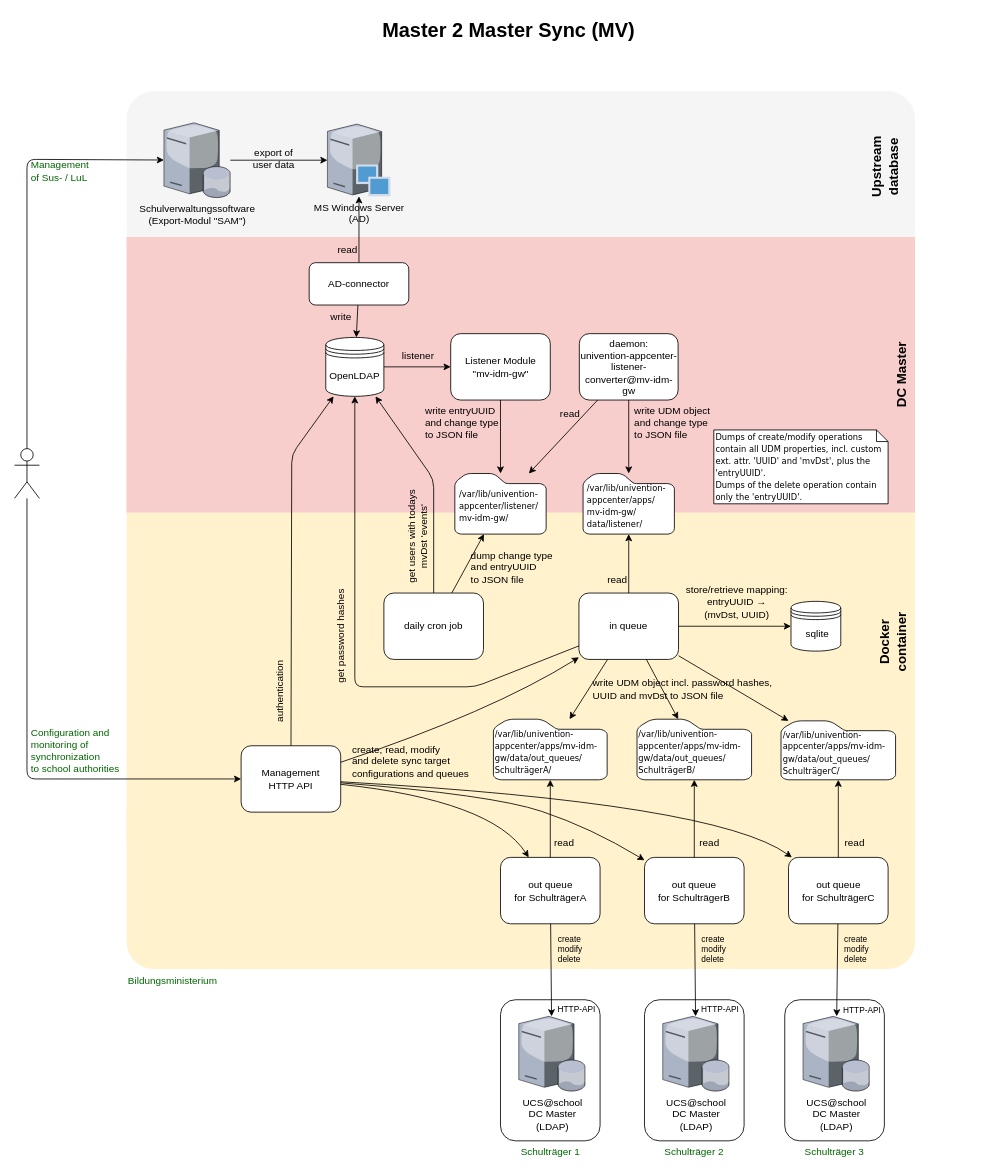
univention/ucsschool-id-connector keeps this draw.io diagram as src/static/M2M-Sync_details.drawio. Above is the earlier version. Source tidied: cells renumbered, new cells numbered last; positions are measured from the earlier drawing's top-left corner, leaving out a move shared by most shapes. Both pictures are drawn from the tidied source at 83%, with x=0, y=0 at pixel (14, 14).
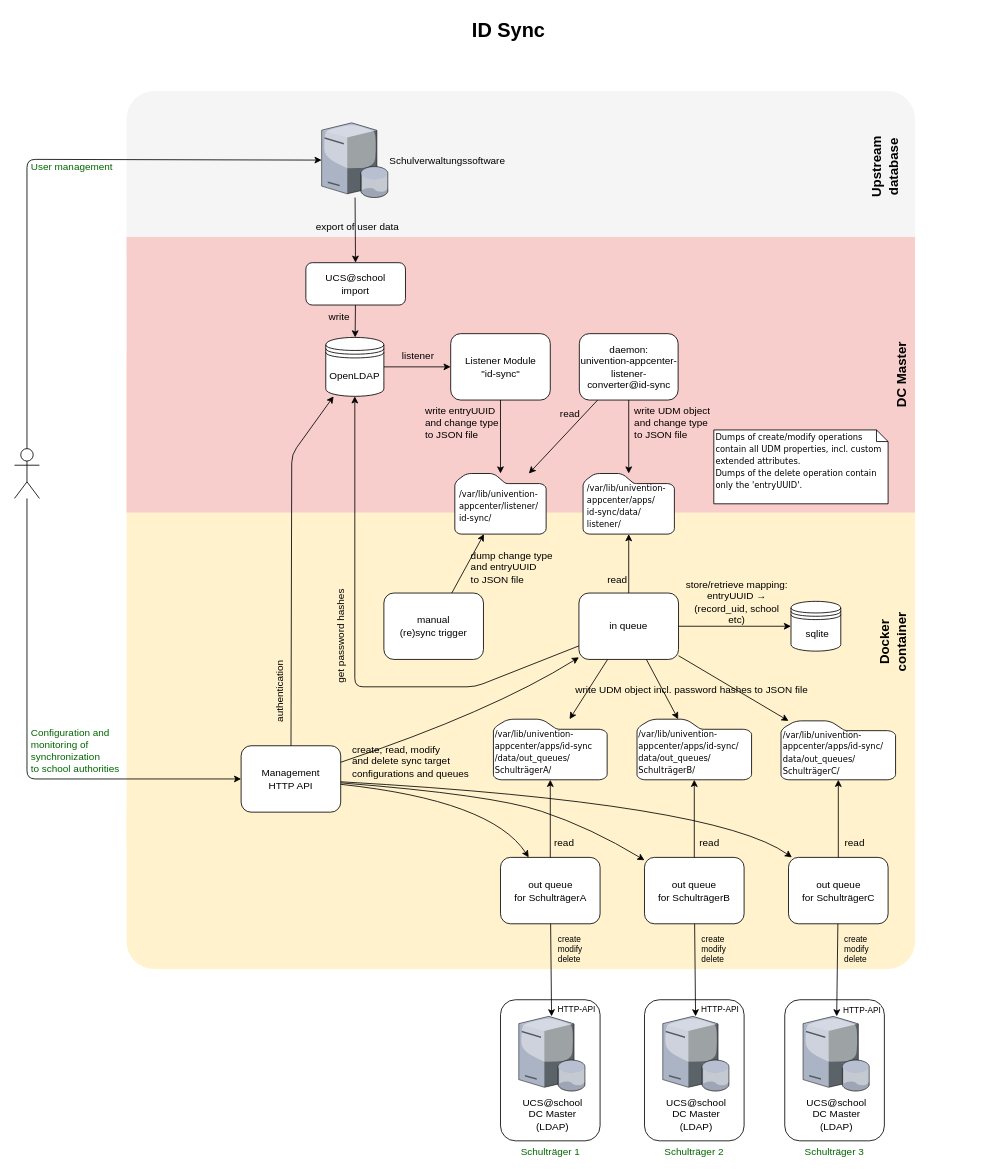
After the change.

Unchanged cells that the change refers to:
```xml
<mxCell id="9" value="OpenLDAP" style="shape=datastore;whiteSpace=wrap;html=1;labelPosition=center;verticalLabelPosition=middle;align=center;verticalAlign=middle;" parent="1" vertex="1">
  <mxGeometry x="375" y="389" width="70" height="71" as="geometry" />
</mxCell>
<mxCell id="19" style="endArrow=none;html=1;startArrow=classic;startFill=1;endFill=0;" parent="1" edge="1" source="18" target="17">
  <mxGeometry relative="1" as="geometry" />
</mxCell>
<mxCell id="59" style="endArrow=classic;html=1;fontSize=12;fontColor=#006600;" parent="1" edge="1" source="58" target="48">
  <mxGeometry relative="1" as="geometry">
    <Array as="points">
      <mxPoint x="15" y="174.5" />
    </Array>
  </mxGeometry>
</mxCell>
<mxCell id="61" style="endArrow=classic;html=1;fontSize=12;fontColor=#006600;" parent="1" edge="1" source="58" target="51">
  <mxGeometry relative="1" as="geometry">
    <Array as="points">
      <mxPoint x="15" y="921" />
    </Array>
  </mxGeometry>
</mxCell>
```

What changed in the source:
```diff
@@
-    <mxCell id="6" value="MS Windows Server&lt;br&gt;(AD)" style="verticalLabelPosition=bottom;html=1;verticalAlign=top;strokeColor=none;align=center;outlineConnect=0;shape=mxgraph.citrix.provisioning_server;labelPosition=center;" parent="1" vertex="1">
-      <mxGeometry x="377" y="132" width="76" height="87" as="geometry" />
-    </mxCell>
-    <mxCell id="7" style="endArrow=none;html=1;startArrow=classic;startFill=1;endFill=0;" parent="1" edge="1" source="6" target="13">
-      <mxGeometry relative="1" as="geometry" />
-    </mxCell>
-    <mxCell id="8" value="read" style="text;html=1;align=center;verticalAlign=middle;labelBackgroundColor=none;" parent="7" vertex="1">
-      <mxGeometry x="0.34" relative="1" as="geometry">
-        <mxPoint x="-15" y="10" as="offset" />
-      </mxGeometry>
-    </mxCell>
@@
-    <mxCell id="10" value="Listener Module&lt;br&gt;&quot;mv-idm-gw&quot;" style="shape=ext;rounded=1;html=1;whiteSpace=wrap;" parent="1" vertex="1">
+    <mxCell id="10" value="Listener Module&lt;br&gt;&quot;id-sync&quot;" style="shape=ext;rounded=1;html=1;whiteSpace=wrap;" parent="1" vertex="1">
       <mxGeometry x="525.5" y="384.5" width="120" height="80" as="geometry" />
     </mxCell>
@@
-    <mxCell id="13" value="AD-connector" style="shape=ext;rounded=1;html=1;whiteSpace=wrap;" parent="1" vertex="1">
-      <mxGeometry x="355" y="299" width="120" height="51" as="geometry" />
+    <mxCell id="13" value="UCS@school&lt;br&gt;import" style="shape=ext;rounded=1;html=1;whiteSpace=wrap;" parent="1" vertex="1">
+      <mxGeometry x="351" y="299" width="120" height="51" as="geometry" />
     </mxCell>
@@
-    <mxCell id="16" value="&lt;div&gt;daemon:&lt;/div&gt;&lt;div&gt;univention-appcenter-listener-converter@mv-idm-gw&lt;/div&gt;" style="shape=ext;rounded=1;html=1;whiteSpace=wrap;" parent="1" vertex="1">
+    <mxCell id="16" value="&lt;div&gt;daemon:&lt;/div&gt;&lt;div&gt;univention-appcenter-listener-converter@id-sync&lt;/div&gt;" style="shape=ext;rounded=1;html=1;whiteSpace=wrap;" parent="1" vertex="1">
       <mxGeometry x="680.5" y="384.5" width="119" height="80" as="geometry" />
     </mxCell>
@@
-    <mxCell id="20" value="store/retrieve&amp;nbsp;&lt;span style=&quot;text-align: left ; white-space: normal&quot;&gt;mapping:&lt;/span&gt;&lt;br&gt;&lt;span style=&quot;text-align: left ; white-space: normal&quot;&gt;entryUUID →&lt;br&gt;(mvDst, UUID)&lt;/span&gt;" style="text;html=1;align=center;verticalAlign=middle;labelBackgroundColor=none;spacingLeft=3;" parent="19" vertex="1">
+    <mxCell id="20" value="store/retrieve&amp;nbsp;&lt;span style=&quot;text-align: left ; white-space: normal&quot;&gt;mapping:&lt;/span&gt;&lt;br&gt;&lt;span style=&quot;text-align: left ; white-space: normal&quot;&gt;entryUUID →&lt;br&gt;(record_uid, school etc)&lt;/span&gt;" style="text;html=1;align=center;verticalAlign=middle;labelBackgroundColor=none;spacingLeft=3;" parent="19" vertex="1">
       <mxGeometry x="0.34" relative="1" as="geometry">
         <mxPoint x="23.5" y="-30" as="offset" />
       </mxGeometry>
     </mxCell>
-    <mxCell id="21" value="&lt;span&gt;&lt;font face=&quot;verdana&quot;&gt;&lt;span style=&quot;font-size: 10px&quot;&gt;/var/lib/univention-&lt;br&gt;appcenter/apps/mv-idm-&lt;br&gt;gw/data/out_queues/&lt;br&gt;SchulträgerA/&lt;/span&gt;&lt;/font&gt;&lt;br&gt;&lt;/span&gt;" style="shadow=0;dashed=0;html=1;strokeColor=#000000;labelPosition=center;verticalLabelPosition=middle;verticalAlign=middle;align=left;shape=mxgraph.mscae.enterprise.folder;fillColor=#ffffff;fontFamily=Helvetica;fontSize=12;fontColor=#000000;spacing=2;spacingTop=4;" parent="1" vertex="1">
+    <mxCell id="21" value="&lt;span&gt;&lt;font face=&quot;verdana&quot;&gt;&lt;span style=&quot;font-size: 10px&quot;&gt;/var/lib/univention-&lt;br&gt;appcenter/apps/&lt;/span&gt;&lt;/font&gt;&lt;/span&gt;&lt;span style=&quot;font-family: &amp;#34;verdana&amp;#34; ; font-size: 10px&quot;&gt;id-sync&lt;/span&gt;&lt;span&gt;&lt;font face=&quot;verdana&quot;&gt;&lt;span style=&quot;font-size: 10px&quot;&gt;&lt;br&gt;/data/out_queues/&lt;br&gt;SchulträgerA/&lt;/span&gt;&lt;/font&gt;&lt;br&gt;&lt;/span&gt;" style="shadow=0;dashed=0;html=1;strokeColor=#000000;labelPosition=center;verticalLabelPosition=middle;verticalAlign=middle;align=left;shape=mxgraph.mscae.enterprise.folder;fillColor=#ffffff;fontFamily=Helvetica;fontSize=12;fontColor=#000000;spacing=2;spacingTop=4;" parent="1" vertex="1">
       <mxGeometry x="577" y="849" width="137" height="73" as="geometry" />
     </mxCell>
-    <mxCell id="22" value="&lt;span style=&quot;font-family: &amp;#34;verdana&amp;#34; ; font-size: 10px&quot;&gt;/var/lib/univention-&lt;br&gt;appcenter/apps/&lt;/span&gt;&lt;span style=&quot;font-family: &amp;#34;verdana&amp;#34; ; font-size: 10px&quot;&gt;mv-idm-&lt;br&gt;gw/data/out_queues/&lt;br&gt;&lt;/span&gt;&lt;span style=&quot;font-family: &amp;#34;verdana&amp;#34; ; font-size: 10px&quot;&gt;SchulträgerB/&lt;/span&gt;&lt;span style=&quot;font-family: &amp;#34;verdana&amp;#34; ; font-size: 10px&quot;&gt;&lt;br&gt;&lt;/span&gt;" style="shadow=0;dashed=0;html=1;strokeColor=#000000;labelPosition=center;verticalLabelPosition=middle;verticalAlign=middle;align=left;shape=mxgraph.mscae.enterprise.folder;fillColor=#ffffff;fontFamily=Helvetica;fontSize=12;fontColor=#000000;spacingTop=4;" parent="1" vertex="1">
+    <mxCell id="22" value="&lt;span style=&quot;font-family: &amp;#34;verdana&amp;#34; ; font-size: 10px&quot;&gt;/var/lib/univention-&lt;br&gt;appcenter/apps/&lt;/span&gt;&lt;span style=&quot;font-family: &amp;#34;verdana&amp;#34; ; font-size: 10px&quot;&gt;id-sync/&lt;/span&gt;&lt;span style=&quot;font-family: &amp;#34;verdana&amp;#34; ; font-size: 10px&quot;&gt;&lt;br&gt;data/out_queues/&lt;br&gt;&lt;/span&gt;&lt;span style=&quot;font-family: &amp;#34;verdana&amp;#34; ; font-size: 10px&quot;&gt;SchulträgerB/&lt;/span&gt;&lt;span style=&quot;font-family: &amp;#34;verdana&amp;#34; ; font-size: 10px&quot;&gt;&lt;br&gt;&lt;/span&gt;" style="shadow=0;dashed=0;html=1;strokeColor=#000000;labelPosition=center;verticalLabelPosition=middle;verticalAlign=middle;align=left;shape=mxgraph.mscae.enterprise.folder;fillColor=#ffffff;fontFamily=Helvetica;fontSize=12;fontColor=#000000;spacingTop=4;" parent="1" vertex="1">
       <mxGeometry x="750" y="849" width="138" height="73" as="geometry" />
     </mxCell>
-    <mxCell id="23" value="&lt;span style=&quot;font-family: &amp;#34;verdana&amp;#34; ; font-size: 10px&quot;&gt;/var/lib/univention-&lt;br&gt;appcenter/apps/&lt;/span&gt;&lt;span style=&quot;font-family: &amp;#34;verdana&amp;#34; ; font-size: 10px&quot;&gt;mv-idm-&lt;br&gt;gw/data/out_queues/&lt;br&gt;&lt;/span&gt;&lt;span style=&quot;font-family: &amp;#34;verdana&amp;#34; ; font-size: 10px&quot;&gt;SchulträgerC/&lt;/span&gt;&lt;span style=&quot;font-family: &amp;#34;verdana&amp;#34; ; font-size: 10px&quot;&gt;&lt;br&gt;&lt;/span&gt;" style="shadow=0;dashed=0;html=1;strokeColor=#000000;labelPosition=center;verticalLabelPosition=middle;verticalAlign=middle;align=left;shape=mxgraph.mscae.enterprise.folder;fillColor=#ffffff;fontFamily=Helvetica;fontSize=12;fontColor=#000000;spacingTop=4;" parent="1" vertex="1">
+    <mxCell id="23" value="&lt;span style=&quot;font-family: &amp;#34;verdana&amp;#34; ; font-size: 10px&quot;&gt;/var/lib/univention-&lt;br&gt;appcenter/apps/&lt;/span&gt;&lt;span style=&quot;font-family: &amp;#34;verdana&amp;#34; ; font-size: 10px&quot;&gt;id-sync&lt;/span&gt;&lt;span style=&quot;font-family: &amp;#34;verdana&amp;#34; ; font-size: 10px&quot;&gt;/&lt;br&gt;data/out_queues/&lt;br&gt;&lt;/span&gt;&lt;span style=&quot;font-family: &amp;#34;verdana&amp;#34; ; font-size: 10px&quot;&gt;SchulträgerC/&lt;/span&gt;&lt;span style=&quot;font-family: &amp;#34;verdana&amp;#34; ; font-size: 10px&quot;&gt;&lt;br&gt;&lt;/span&gt;" style="shadow=0;dashed=0;html=1;strokeColor=#000000;labelPosition=center;verticalLabelPosition=middle;verticalAlign=middle;align=left;shape=mxgraph.mscae.enterprise.folder;fillColor=#ffffff;fontFamily=Helvetica;fontSize=12;fontColor=#000000;spacingTop=4;" parent="1" vertex="1">
       <mxGeometry x="923.5" y="851" width="138" height="71" as="geometry" />
     </mxCell>
@@
-    <mxCell id="33" value="&lt;span style=&quot;font-size: 10px&quot;&gt;Dumps of create/modify operations contain all UDM properties, incl. custom ext. attr. 'UUID' and 'mvDst', plus the 'entryUUID'.&lt;br&gt;Dumps of the delete operation contain only the&amp;nbsp;&lt;/span&gt;&lt;span style=&quot;font-size: 10px&quot;&gt;'entryUUID'.&lt;/span&gt;&lt;span style=&quot;font-size: 10px&quot;&gt;&lt;br&gt;&lt;/span&gt;" style="shape=note;whiteSpace=wrap;html=1;size=14;verticalAlign=top;align=left;spacingTop=-6;rounded=0;shadow=0;comic=0;labelBackgroundColor=none;strokeColor=#000000;strokeWidth=1;fillColor=#FFFFFF;fontFamily=Verdana;fontSize=12;fontColor=#000000;" parent="1" vertex="1">
+    <mxCell id="33" value="&lt;span style=&quot;font-size: 10px&quot;&gt;Dumps of create/modify operations contain all UDM properties, incl. custom extended attributes.&lt;br&gt;Dumps of the delete operation contain only the&amp;nbsp;&lt;/span&gt;&lt;span style=&quot;font-size: 10px&quot;&gt;'entryUUID'.&lt;/span&gt;&lt;span style=&quot;font-size: 10px&quot;&gt;&lt;br&gt;&lt;/span&gt;" style="shape=note;whiteSpace=wrap;html=1;size=14;verticalAlign=top;align=left;spacingTop=-6;rounded=0;shadow=0;comic=0;labelBackgroundColor=none;strokeColor=#000000;strokeWidth=1;fillColor=#FFFFFF;fontFamily=Verdana;fontSize=12;fontColor=#000000;" parent="1" vertex="1">
       <mxGeometry x="842.5" y="500.5" width="210" height="89" as="geometry" />
     </mxCell>
-    <mxCell id="34" value="&lt;span style=&quot;font-family: verdana; font-size: 10px;&quot;&gt;/var/lib/univention-&lt;br&gt;appcenter/listener/&lt;br&gt;mv-idm-gw/&lt;br&gt;&lt;/span&gt;" style="shadow=0;dashed=0;html=1;strokeColor=#000000;labelPosition=center;verticalLabelPosition=middle;verticalAlign=middle;align=left;shape=mxgraph.mscae.enterprise.folder;fillColor=#ffffff;fontFamily=Helvetica;fontSize=12;fontColor=#000000;spacingLeft=3;spacingTop=4;" parent="1" vertex="1">
+    <mxCell id="34" value="&lt;span style=&quot;font-family: &amp;#34;verdana&amp;#34; ; font-size: 10px&quot;&gt;/var/lib/univention-&lt;br&gt;appcenter/listener/&lt;br&gt;id-sync/&lt;br&gt;&lt;/span&gt;" style="shadow=0;dashed=0;html=1;strokeColor=#000000;labelPosition=center;verticalLabelPosition=middle;verticalAlign=middle;align=left;shape=mxgraph.mscae.enterprise.folder;fillColor=#ffffff;fontFamily=Helvetica;fontSize=12;fontColor=#000000;spacingLeft=3;spacingTop=4;" parent="1" vertex="1">
       <mxGeometry x="530.5" y="553" width="110" height="73" as="geometry" />
     </mxCell>
-    <mxCell id="35" value="&lt;span style=&quot;&quot;&gt;&lt;font face=&quot;verdana&quot;&gt;&lt;span style=&quot;font-size: 10px&quot;&gt;/var/lib/univention-&lt;br&gt;appcenter/apps/&lt;br&gt;mv-idm-gw/&lt;br&gt;data/listener/&lt;/span&gt;&lt;/font&gt;&lt;br&gt;&lt;/span&gt;" style="shadow=0;dashed=0;html=1;strokeColor=#000000;labelPosition=center;verticalLabelPosition=middle;verticalAlign=middle;align=left;shape=mxgraph.mscae.enterprise.folder;fillColor=#ffffff;fontFamily=Helvetica;fontSize=12;fontColor=#000000;spacingLeft=3;spacingTop=4;" parent="1" vertex="1">
+    <mxCell id="35" value="&lt;span&gt;&lt;font face=&quot;verdana&quot;&gt;&lt;span style=&quot;font-size: 10px&quot;&gt;/var/lib/univention-&lt;br&gt;appcenter/apps/&lt;br&gt;&lt;/span&gt;&lt;/font&gt;&lt;/span&gt;&lt;span style=&quot;font-family: &amp;#34;verdana&amp;#34; ; font-size: 10px&quot;&gt;id-sync&lt;/span&gt;&lt;span&gt;&lt;font face=&quot;verdana&quot;&gt;&lt;span style=&quot;font-size: 10px&quot;&gt;/data/&lt;br&gt;listener/&lt;/span&gt;&lt;/font&gt;&lt;br&gt;&lt;/span&gt;" style="shadow=0;dashed=0;html=1;strokeColor=#000000;labelPosition=center;verticalLabelPosition=middle;verticalAlign=middle;align=left;shape=mxgraph.mscae.enterprise.folder;fillColor=#ffffff;fontFamily=Helvetica;fontSize=12;fontColor=#000000;spacingLeft=3;spacingTop=4;" parent="1" vertex="1">
       <mxGeometry x="685" y="553" width="110" height="73" as="geometry" />
     </mxCell>
@@
-    <mxCell id="48" value="Schulverwaltungssoftware&lt;br&gt;(Export-Modul &quot;SAM&quot;)" style="verticalLabelPosition=bottom;html=1;verticalAlign=top;strokeColor=none;align=center;outlineConnect=0;shape=mxgraph.citrix.database_server;" parent="1" vertex="1">
-      <mxGeometry x="180" y="130.5" width="80" height="90" as="geometry" />
+    <mxCell id="48" value="Schulverwaltungssoftware" style="verticalLabelPosition=middle;html=1;verticalAlign=middle;strokeColor=none;align=left;outlineConnect=0;shape=mxgraph.citrix.database_server;labelPosition=right;" parent="1" vertex="1">
+      <mxGeometry x="370" y="130.5" width="80" height="90" as="geometry" />
     </mxCell>
-    <mxCell id="49" style="endArrow=classic;html=1;" parent="1" edge="1" source="48" target="6">
+    <mxCell id="49" style="endArrow=classic;html=1;" parent="1" edge="1" source="48" target="13">
       <mxGeometry relative="1" as="geometry" />
     </mxCell>
-    <mxCell id="50" value="export of&lt;br&gt;user data" style="text;html=1;align=center;verticalAlign=middle;labelBackgroundColor=none;" parent="49" vertex="1">
+    <mxCell id="50" value="export of&amp;nbsp;user data" style="text;html=1;align=center;verticalAlign=middle;labelBackgroundColor=none;" parent="49" vertex="1">
       <mxGeometry x="0.34" relative="1" as="geometry">
-        <mxPoint x="-26.5" y="-2.5" as="offset" />
+        <mxPoint x="1.5" y="-17.5" as="offset" />
       </mxGeometry>
     </mxCell>
@@
-    <mxCell id="57" value="Bildungsministerium" style="text;html=1;fillColor=none;strokeColor=none;fontColor=#006600;" parent="1" vertex="1">
-      <mxGeometry x="135" y="1150" width="120" height="30" as="geometry" />
-    </mxCell>
@@
-    <mxCell id="60" value="Management&lt;br&gt;of&amp;nbsp;Sus- / LuL" style="text;html=1;align=left;verticalAlign=middle;labelBackgroundColor=none;fontColor=#006600;spacingLeft=3;" parent="59" vertex="1">
-      <mxGeometry x="-0.11" y="-3" relative="1" as="geometry">
-        <mxPoint x="-3" y="-105.5" as="offset" />
-      </mxGeometry>
-    </mxCell>
@@
+    <mxCell id="97" value="User management" style="text;html=1;align=left;verticalAlign=middle;labelBackgroundColor=none;fontColor=#006600;spacingLeft=3;" parent="61" vertex="1">
+      <mxGeometry x="-0.22" y="1" relative="1" as="geometry">
+        <mxPoint x="-1" y="-631.5" as="offset" />
+      </mxGeometry>
+    </mxCell>
@@
-    <mxCell id="65" value="daily cron job" style="shape=ext;rounded=1;html=1;whiteSpace=wrap;" parent="1" vertex="1">
+    <mxCell id="65" value="manual&lt;br&gt;(re)sync trigger" style="shape=ext;rounded=1;html=1;whiteSpace=wrap;" parent="1" vertex="1">
       <mxGeometry x="445" y="697" width="120" height="80" as="geometry" />
     </mxCell>
@@
-    <mxCell id="68" style="endArrow=none;html=1;startArrow=classic;startFill=1;endFill=0;" parent="1" edge="1" source="9" target="65">
-      <mxGeometry relative="1" as="geometry">
-        <Array as="points">
-          <mxPoint x="505" y="560" />
-        </Array>
-      </mxGeometry>
-    </mxCell>
-    <mxCell id="69" value="get users with todays&lt;br&gt;mvDst 'events'" style="text;html=1;align=center;verticalAlign=middle;labelBackgroundColor=none;spacingLeft=3;rotation=-90;" parent="68" vertex="1">
-      <mxGeometry x="0.34" relative="1" as="geometry">
-        <mxPoint x="-20" y="20" as="offset" />
-      </mxGeometry>
-    </mxCell>
-    <mxCell id="70" value="Master 2 Master Sync (MV)" style="text;html=1;strokeColor=none;fillColor=none;align=center;verticalAlign=middle;whiteSpace=wrap;rounded=0;labelBackgroundColor=none;fontSize=24;fontStyle=1;" parent="1" vertex="1">
+    <mxCell id="70" value="ID Sync" style="text;html=1;strokeColor=none;fillColor=none;align=center;verticalAlign=middle;whiteSpace=wrap;rounded=0;labelBackgroundColor=none;fontSize=24;fontStyle=1;" parent="1" vertex="1">
       <mxGeometry x="15" width="1161" height="40" as="geometry" />
     </mxCell>
@@
-    <mxCell id="93" value="&lt;div&gt;&lt;span style=&quot;white-space: nowrap&quot;&gt;write&amp;nbsp;&lt;/span&gt;&lt;span style=&quot;white-space: nowrap&quot;&gt;UDM object&amp;nbsp;&lt;/span&gt;&lt;span style=&quot;white-space: nowrap&quot;&gt;incl.&amp;nbsp;&lt;/span&gt;&lt;span style=&quot;white-space: nowrap&quot;&gt;password hashes&lt;/span&gt;&lt;span style=&quot;white-space: nowrap&quot;&gt;,&lt;/span&gt;&lt;/div&gt;&lt;div&gt;&lt;span style=&quot;white-space: nowrap&quot;&gt;UUID&amp;nbsp;&lt;/span&gt;&lt;span style=&quot;white-space: nowrap&quot;&gt;and mvDst to JSON file&lt;/span&gt;&lt;/div&gt;" style="text;html=1;strokeColor=none;fillColor=none;align=left;verticalAlign=middle;whiteSpace=wrap;rounded=0;labelBackgroundColor=none;fontSize=12;fontColor=#000000;" parent="1" vertex="1">
-      <mxGeometry x="695" y="795" width="223" height="36" as="geometry" />
+    <mxCell id="93" value="&lt;div&gt;&lt;span style=&quot;white-space: nowrap&quot;&gt;write&amp;nbsp;&lt;/span&gt;&lt;span style=&quot;white-space: nowrap&quot;&gt;UDM object&amp;nbsp;&lt;/span&gt;&lt;span style=&quot;white-space: nowrap&quot;&gt;incl.&amp;nbsp;&lt;/span&gt;&lt;span style=&quot;white-space: nowrap&quot;&gt;password hashes&lt;/span&gt;&lt;span style=&quot;white-space: nowrap&quot;&gt;&amp;nbsp;to JSON file&lt;/span&gt;&lt;/div&gt;" style="text;html=1;strokeColor=none;fillColor=none;align=left;verticalAlign=middle;whiteSpace=wrap;rounded=0;labelBackgroundColor=none;fontSize=12;fontColor=#000000;" parent="1" vertex="1">
+      <mxGeometry x="674" y="801" width="290" height="25" as="geometry" />
     </mxCell>
```
